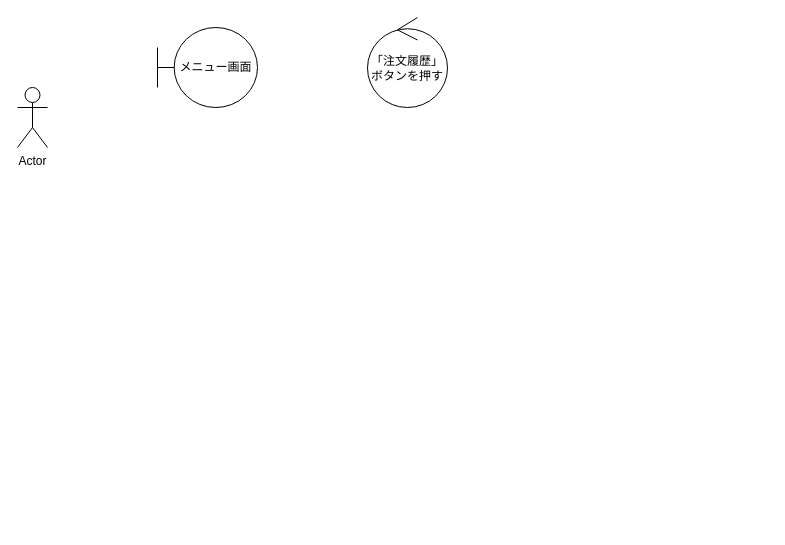
This is group/3-3_総合演習1_BBショップ注文管理システム/ロバストネス図/lo_c_07_cancel.drawio from ko246/ohara_uml, a draw.io file, before an edit. Source tidied: cells renumbered, new cells numbered last; positions are measured from the earlier drawing's top-left corner, leaving out a move shared by most shapes. Both pictures are drawn from the tidied source at 100%, with x=0, y=0 at pixel (17, 17).
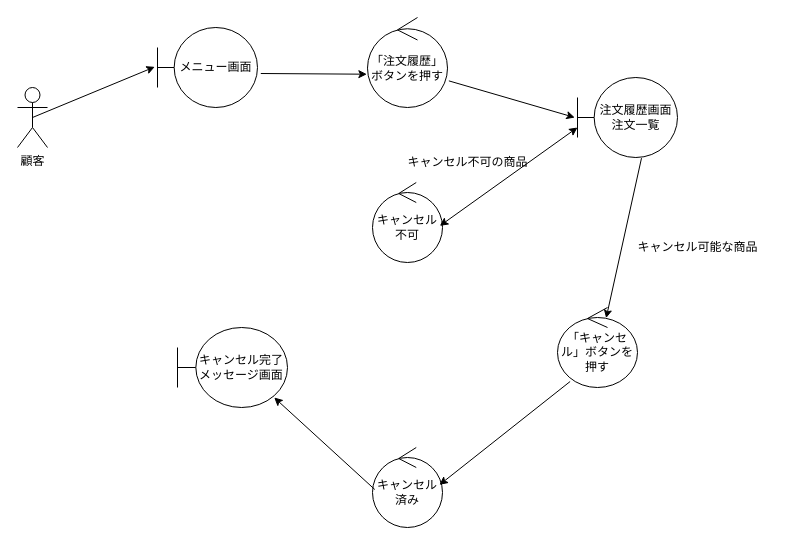
The same diagram, later.

Commit message:
キャンセルのロバストネス図

Change to the diagram source:
```diff
@@
 <mxGraphModel>
   <root>
     <mxCell id="0" />
     <mxCell id="1" parent="0" />
-    <mxCell id="2" value="Actor" style="shape=umlActor;verticalLabelPosition=bottom;verticalAlign=top;html=1;" parent="1" vertex="1">
+    <mxCell id="2" value="顧客" style="shape=umlActor;verticalLabelPosition=bottom;verticalAlign=top;html=1;" parent="1" vertex="1">
       <mxGeometry y="70" width="30" height="60" as="geometry" />
     </mxCell>
     <mxCell id="3" value="メニュー画面" style="shape=umlBoundary;whiteSpace=wrap;html=1;" parent="1" vertex="1">
       <mxGeometry x="140" y="10" width="100" height="80" as="geometry" />
     </mxCell>
     <mxCell id="4" value="「注文履歴」ボタンを押す" style="ellipse;shape=umlControl;whiteSpace=wrap;html=1;" parent="1" vertex="1">
       <mxGeometry x="350" width="80" height="90" as="geometry" />
     </mxCell>
+    <mxCell id="5" value="注文履歴画面&lt;div&gt;注文一覧&lt;/div&gt;" style="shape=umlBoundary;whiteSpace=wrap;html=1;" parent="1" vertex="1">
+      <mxGeometry x="560" y="60" width="100" height="80" as="geometry" />
+    </mxCell>
+    <mxCell id="6" value="「キャンセル」ボタンを押す" style="ellipse;shape=umlControl;whiteSpace=wrap;html=1;" parent="1" vertex="1">
+      <mxGeometry x="540" y="290" width="80" height="80" as="geometry" />
+    </mxCell>
+    <mxCell id="7" value="キャンセル済み" style="ellipse;shape=umlControl;whiteSpace=wrap;html=1;" parent="1" vertex="1">
+      <mxGeometry x="355" y="430" width="70" height="80" as="geometry" />
+    </mxCell>
+    <mxCell id="8" value="キャンセル完了メッセージ画面" style="shape=umlBoundary;whiteSpace=wrap;html=1;" parent="1" vertex="1">
+      <mxGeometry x="160" y="310" width="110" height="80" as="geometry" />
+    </mxCell>
+    <mxCell id="9" value="キャンセル不可" style="ellipse;shape=umlControl;whiteSpace=wrap;html=1;" parent="1" vertex="1">
+      <mxGeometry x="355" y="165" width="70" height="80" as="geometry" />
+    </mxCell>
+    <mxCell id="10" style="endArrow=classic;html=1;exitX=0.5;exitY=0.5;exitDx=0;exitDy=0;exitPerimeter=0;entryX=-0.027;entryY=0.492;entryDx=0;entryDy=0;entryPerimeter=0;" parent="1" edge="1" source="2" target="3">
+      <mxGeometry relative="1" as="geometry" />
+    </mxCell>
+    <mxCell id="11" style="endArrow=classic;html=1;entryX=-0.008;entryY=0.63;entryDx=0;entryDy=0;entryPerimeter=0;exitX=1.033;exitY=0.575;exitDx=0;exitDy=0;exitPerimeter=0;" parent="1" edge="1" source="3" target="4">
+      <mxGeometry relative="1" as="geometry" />
+    </mxCell>
+    <mxCell id="12" style="endArrow=classic;html=1;exitX=1.017;exitY=0.704;exitDx=0;exitDy=0;exitPerimeter=0;entryX=-0.027;entryY=0.5;entryDx=0;entryDy=0;entryPerimeter=0;" parent="1" edge="1" source="4" target="5">
+      <mxGeometry relative="1" as="geometry" />
+    </mxCell>
+    <mxCell id="13" style="endArrow=classic;startArrow=classic;html=1;entryX=0;entryY=0.625;entryDx=0;entryDy=0;entryPerimeter=0;exitX=0.962;exitY=0.542;exitDx=0;exitDy=0;exitPerimeter=0;" parent="1" edge="1" source="9" target="5">
+      <mxGeometry relative="1" as="geometry" />
+    </mxCell>
+    <mxCell id="14" style="endArrow=classic;html=1;entryX=0.608;entryY=0.133;entryDx=0;entryDy=0;entryPerimeter=0;exitX=0.64;exitY=1.008;exitDx=0;exitDy=0;exitPerimeter=0;" parent="1" edge="1" source="5" target="6">
+      <mxGeometry relative="1" as="geometry" />
+    </mxCell>
+    <mxCell id="15" style="endArrow=classic;html=1;entryX=0.957;entryY=0.467;entryDx=0;entryDy=0;entryPerimeter=0;exitX=0.158;exitY=0.925;exitDx=0;exitDy=0;exitPerimeter=0;" parent="1" edge="1" source="6" target="7">
+      <mxGeometry relative="1" as="geometry" />
+    </mxCell>
+    <mxCell id="16" style="endArrow=classic;html=1;entryX=0.879;entryY=0.875;entryDx=0;entryDy=0;entryPerimeter=0;exitX=0.033;exitY=0.525;exitDx=0;exitDy=0;exitPerimeter=0;" parent="1" edge="1" source="7" target="8">
+      <mxGeometry relative="1" as="geometry" />
+    </mxCell>
+    <mxCell id="17" value="キャンセル不可の商品" style="text;html=1;align=center;verticalAlign=middle;strokeColor=none;fillColor=none;" parent="1" vertex="1">
+      <mxGeometry x="380" y="130" width="140" height="30" as="geometry" />
+    </mxCell>
+    <mxCell id="18" value="キャンセル可能な商品" style="text;html=1;align=center;verticalAlign=middle;strokeColor=none;fillColor=none;" parent="1" vertex="1">
+      <mxGeometry x="610" y="215" width="140" height="30" as="geometry" />
+    </mxCell>
   </root>
 </mxGraphModel>
```
